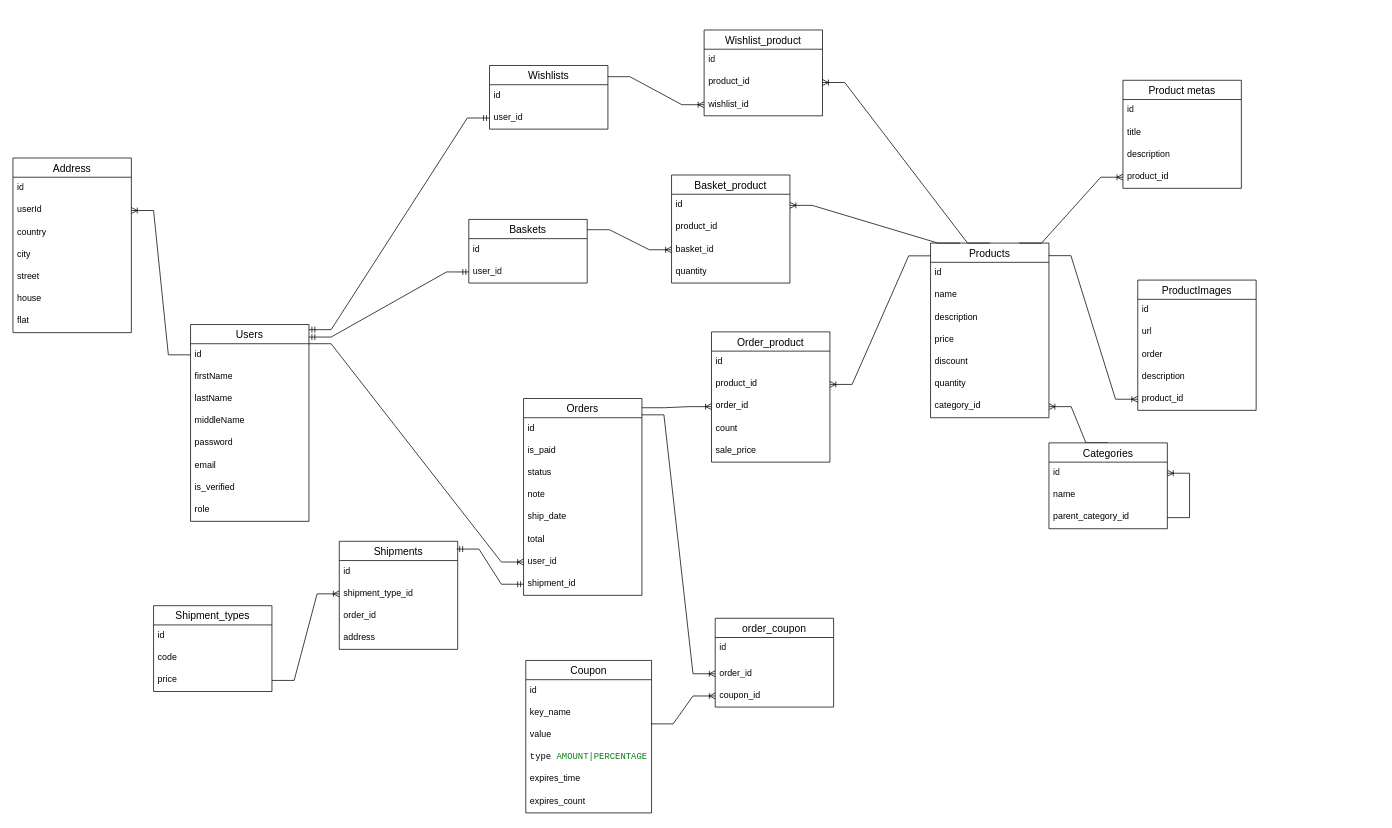
The draw.io diagram src/server/models/dbDiagram.drawio in Bonzar/midnight, before the edit. Source tidied: cells renumbered, new cells numbered last; positions are measured from the earlier drawing's top-left corner, leaving out a move shared by most shapes. Both pictures are drawn from the tidied source at 74%, with x=0, y=0 at pixel (13, 30).
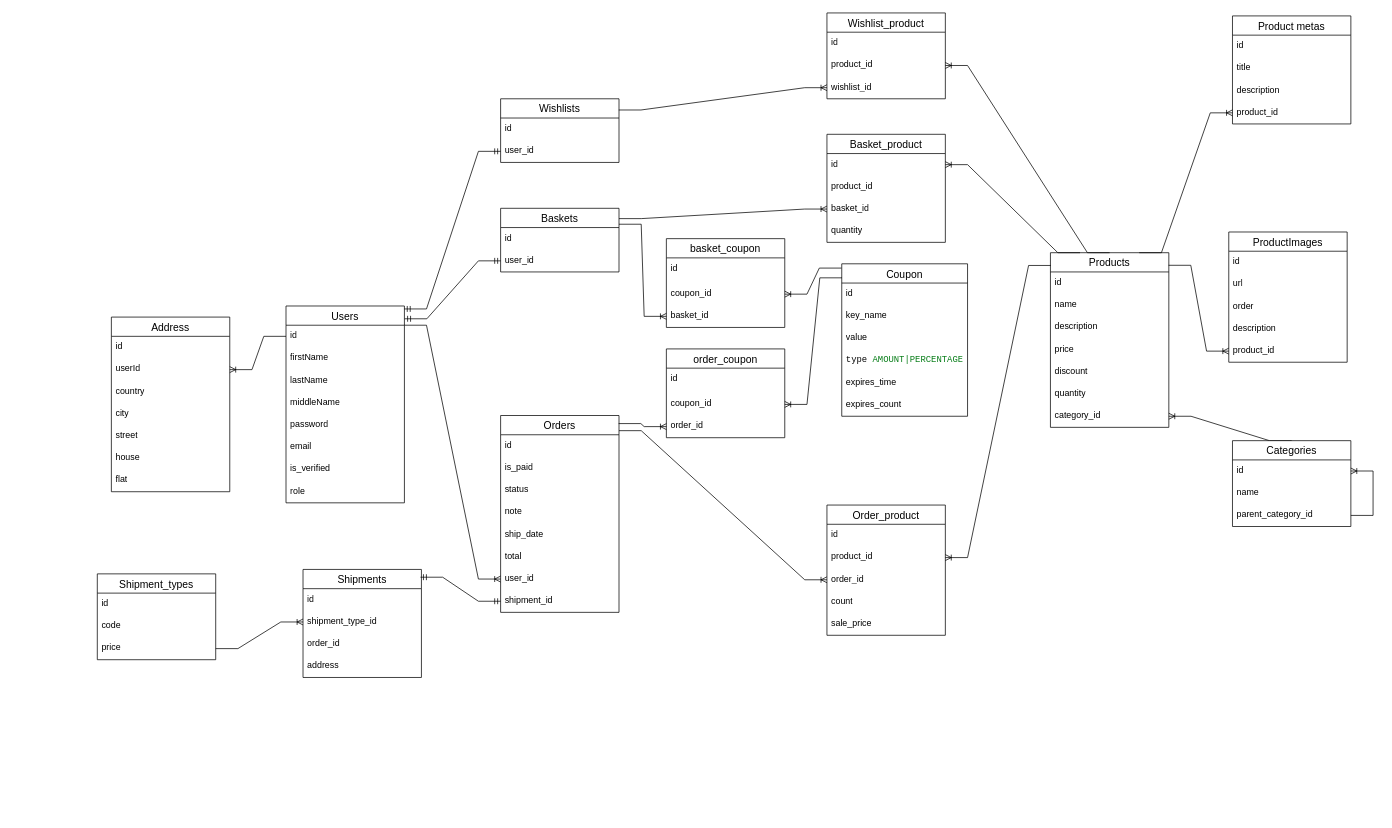
The same diagram, later.

Commit message (it also covers changes not shown here):
added basket service + controller + router added BasketCoupon model models diagram updated added checkValid func for couponService

The change refers to these unchanged cells:
```xml
<mxCell id="13" value="user_id" style="text;strokeColor=none;fillColor=none;spacingLeft=4;spacingRight=4;overflow=hidden;points=[[0,0.5],[1,0.5]];portConstraint=eastwest;fontSize=12;whiteSpace=wrap;html=1;" parent="11" vertex="1">
  <mxGeometry y="56" width="160" height="30" as="geometry" />
</mxCell>
<mxCell id="53" value="order_id" style="text;strokeColor=none;fillColor=none;spacingLeft=4;spacingRight=4;overflow=hidden;points=[[0,0.5],[1,0.5]];portConstraint=eastwest;fontSize=12;whiteSpace=wrap;html=1;" parent="50" vertex="1">
  <mxGeometry y="86" width="160" height="30" as="geometry" />
</mxCell>
<mxCell id="66" value="key_name" style="text;strokeColor=none;fillColor=none;spacingLeft=4;spacingRight=4;overflow=hidden;points=[[0,0.5],[1,0.5]];portConstraint=eastwest;fontSize=12;whiteSpace=wrap;html=1;" parent="64" vertex="1">
  <mxGeometry y="56" width="170" height="30" as="geometry" />
</mxCell>
<mxCell id="96" value="user_id" style="text;strokeColor=none;fillColor=none;spacingLeft=4;spacingRight=4;overflow=hidden;points=[[0,0.5],[1,0.5]];portConstraint=eastwest;fontSize=12;whiteSpace=wrap;html=1;" parent="94" vertex="1">
  <mxGeometry y="56" width="160" height="30" as="geometry" />
</mxCell>
```

Diff of the diagram source:
```diff
@@
     <mxCell id="2" value="Users" style="swimlane;fontStyle=0;horizontal=1;startSize=26;align=center;fontSize=14;" parent="1" vertex="1">
-      <mxGeometry x="240" y="398" width="160" height="266" as="geometry" />
+      <mxGeometry x="369" y="373" width="160" height="266" as="geometry" />
     </mxCell>
@@
     <mxCell id="11" value="Baskets" style="swimlane;fontStyle=0;horizontal=1;startSize=26;align=center;fontSize=14;" parent="1" vertex="1">
-      <mxGeometry x="616" y="256" width="160" height="86" as="geometry" />
+      <mxGeometry x="659" y="241" width="160" height="86" as="geometry" />
     </mxCell>
@@
-    <mxCell id="14" style="edgeStyle=entityRelationEdgeStyle;fontSize=12;html=1;endArrow=ERmandOne;startArrow=ERmandOne;rounded=0;entryX=0;entryY=0.5;entryDx=0;entryDy=0;" parent="1" edge="1" target="13">
-      <mxGeometry relative="1" as="geometry">
-        <mxPoint x="400" y="415" as="sourcePoint" />
-      </mxGeometry>
+    <mxCell id="14" style="edgeStyle=entityRelationEdgeStyle;fontSize=12;html=1;endArrow=ERmandOne;startArrow=ERmandOne;rounded=0;entryX=0;entryY=0.5;entryDx=0;entryDy=0;exitX=1.002;exitY=0.065;exitDx=0;exitDy=0;exitPerimeter=0;" parent="1" edge="1" source="2" target="13">
+      <mxGeometry relative="1" as="geometry" />
     </mxCell>
     <mxCell id="15" value="Products" style="swimlane;fontStyle=0;horizontal=1;startSize=26;align=center;fontSize=14;" parent="1" vertex="1">
-      <mxGeometry x="1240" y="288" width="160" height="236" as="geometry" />
+      <mxGeometry x="1402" y="301" width="160" height="236" as="geometry" />
     </mxCell>
@@
     <mxCell id="24" value="Product metas" style="swimlane;fontStyle=0;horizontal=1;startSize=26;align=center;fontSize=14;" parent="1" vertex="1">
-      <mxGeometry x="1500" y="68" width="160" height="146" as="geometry" />
+      <mxGeometry x="1648" y="-19" width="160" height="146" as="geometry" />
     </mxCell>
@@
     <mxCell id="29" value="Basket_product" style="swimlane;fontStyle=0;horizontal=1;startSize=26;align=center;fontSize=14;" parent="1" vertex="1">
-      <mxGeometry x="890" y="196" width="160" height="146" as="geometry" />
+      <mxGeometry x="1100" y="141" width="160" height="146" as="geometry" />
     </mxCell>
@@
     <mxCell id="35" value="Categories" style="swimlane;fontStyle=0;horizontal=1;startSize=26;align=center;fontSize=14;" parent="1" vertex="1">
-      <mxGeometry x="1400" y="558" width="160" height="116" as="geometry" />
+      <mxGeometry x="1648" y="555" width="160" height="116" as="geometry" />
     </mxCell>
@@
     <mxCell id="41" value="Orders" style="swimlane;fontStyle=0;horizontal=1;startSize=26;align=center;fontSize=14;" parent="1" vertex="1">
-      <mxGeometry x="690" y="498" width="160" height="266" as="geometry" />
+      <mxGeometry x="659" y="521" width="160" height="266" as="geometry" />
     </mxCell>
@@
     <mxCell id="50" value="Order_product" style="swimlane;fontStyle=0;horizontal=1;startSize=26;align=center;fontSize=14;" parent="1" vertex="1">
-      <mxGeometry x="944" y="408" width="160" height="176" as="geometry" />
+      <mxGeometry x="1100" y="642" width="160" height="176" as="geometry" />
     </mxCell>
@@
     <mxCell id="57" value="Shipment_types" style="swimlane;fontStyle=0;horizontal=1;startSize=26;align=center;fontSize=14;" parent="1" vertex="1">
-      <mxGeometry x="190" y="778" width="160" height="116" as="geometry" />
+      <mxGeometry x="114" y="735" width="160" height="116" as="geometry" />
     </mxCell>
@@
-    <mxCell id="62" style="edgeStyle=entityRelationEdgeStyle;fontSize=12;html=1;endArrow=ERoneToMany;rounded=0;entryX=0;entryY=0.5;entryDx=0;entryDy=0;exitX=1.001;exitY=0.047;exitDx=0;exitDy=0;exitPerimeter=0;" parent="1" edge="1" source="41" target="53">
+    <mxCell id="62" style="edgeStyle=entityRelationEdgeStyle;fontSize=12;html=1;endArrow=ERoneToMany;rounded=0;entryX=0;entryY=0.5;entryDx=0;entryDy=0;exitX=1;exitY=0.077;exitDx=0;exitDy=0;exitPerimeter=0;" parent="1" edge="1" source="41" target="53">
       <mxGeometry relative="1" as="geometry" />
     </mxCell>
@@
     <mxCell id="64" value="Coupon" style="swimlane;fontStyle=0;horizontal=1;startSize=26;align=center;fontSize=14;" parent="1" vertex="1">
-      <mxGeometry x="693" y="852" width="170" height="206" as="geometry" />
+      <mxGeometry x="1120" y="316" width="170" height="206" as="geometry" />
     </mxCell>
@@
     <mxCell id="71" value="order_coupon" style="swimlane;fontStyle=0;horizontal=1;startSize=26;align=center;fontSize=14;" parent="1" vertex="1">
-      <mxGeometry x="949" y="795" width="160" height="120" as="geometry" />
+      <mxGeometry x="883" y="431" width="160" height="120" as="geometry" />
     </mxCell>
@@
+    <mxCell id="74" value="coupon_id" style="text;strokeColor=none;fillColor=none;spacingLeft=4;spacingRight=4;overflow=hidden;points=[[0,0.5],[1,0.5]];portConstraint=eastwest;fontSize=12;whiteSpace=wrap;html=1;" parent="71" vertex="1">
+      <mxGeometry y="60" width="160" height="30" as="geometry" />
+    </mxCell>
     <mxCell id="73" value="order_id" style="text;strokeColor=none;fillColor=none;spacingLeft=4;spacingRight=4;overflow=hidden;points=[[0,0.5],[1,0.5]];portConstraint=eastwest;fontSize=12;whiteSpace=wrap;html=1;" parent="71" vertex="1">
-      <mxGeometry y="60" width="160" height="30" as="geometry" />
+      <mxGeometry y="90" width="160" height="30" as="geometry" />
     </mxCell>
-    <mxCell id="74" value="coupon_id" style="text;strokeColor=none;fillColor=none;spacingLeft=4;spacingRight=4;overflow=hidden;points=[[0,0.5],[1,0.5]];portConstraint=eastwest;fontSize=12;whiteSpace=wrap;html=1;" parent="71" vertex="1">
-      <mxGeometry y="90" width="160" height="30" as="geometry" />
-    </mxCell>
-    <mxCell id="75" style="edgeStyle=entityRelationEdgeStyle;fontSize=12;html=1;endArrow=ERoneToMany;rounded=0;exitX=0.998;exitY=0.083;exitDx=0;exitDy=0;entryX=0;entryY=0.5;entryDx=0;entryDy=0;exitPerimeter=0;" parent="1" edge="1" source="41" target="73">
+    <mxCell id="75" style="edgeStyle=entityRelationEdgeStyle;fontSize=12;html=1;endArrow=ERoneToMany;rounded=0;entryX=0;entryY=0.5;entryDx=0;entryDy=0;exitX=0.997;exitY=0.041;exitDx=0;exitDy=0;exitPerimeter=0;" parent="1" edge="1" source="41" target="73">
       <mxGeometry relative="1" as="geometry" />
     </mxCell>
     <mxCell id="76" value="Address" style="swimlane;fontStyle=0;horizontal=1;startSize=26;align=center;fontSize=14;" parent="1" vertex="1">
-      <mxGeometry y="173" width="160" height="236" as="geometry" />
+      <mxGeometry x="133" y="388" width="160" height="236" as="geometry" />
     </mxCell>
@@
-    <mxCell id="86" style="edgeStyle=entityRelationEdgeStyle;fontSize=12;html=1;endArrow=ERoneToMany;rounded=0;exitX=0.995;exitY=0.99;exitDx=0;exitDy=0;exitPerimeter=0;entryX=0;entryY=0.5;entryDx=0;entryDy=0;" parent="1" edge="1" source="66" target="74">
+    <mxCell id="86" style="edgeStyle=entityRelationEdgeStyle;fontSize=12;html=1;endArrow=ERoneToMany;rounded=0;exitX=0.002;exitY=0.092;exitDx=0;exitDy=0;exitPerimeter=0;entryX=1;entryY=0.5;entryDx=0;entryDy=0;" parent="1" edge="1" source="64" target="74">
       <mxGeometry relative="1" as="geometry" />
     </mxCell>
     <mxCell id="87" value="ProductImages" style="swimlane;fontStyle=0;horizontal=1;startSize=26;align=center;fontSize=14;" parent="1" vertex="1">
-      <mxGeometry x="1520" y="338" width="160" height="176" as="geometry" />
+      <mxGeometry x="1643" y="273" width="160" height="176" as="geometry" />
     </mxCell>
@@
     <mxCell id="94" value="Wishlists" style="swimlane;fontStyle=0;horizontal=1;startSize=26;align=center;fontSize=14;" parent="1" vertex="1">
-      <mxGeometry x="644" y="48" width="160" height="86" as="geometry" />
+      <mxGeometry x="659" y="93" width="160" height="86" as="geometry" />
     </mxCell>
@@
     <mxCell id="97" value="Wishlist_product" style="swimlane;fontStyle=0;horizontal=1;startSize=26;align=center;fontSize=14;" parent="1" vertex="1">
-      <mxGeometry x="934" width="160" height="116" as="geometry" />
+      <mxGeometry x="1100" y="-23" width="160" height="116" as="geometry" />
     </mxCell>
@@
-    <mxCell id="102" style="edgeStyle=entityRelationEdgeStyle;fontSize=12;html=1;endArrow=ERmandOne;startArrow=ERmandOne;rounded=0;entryX=0;entryY=0.5;entryDx=0;entryDy=0;" parent="1" edge="1" target="96">
-      <mxGeometry relative="1" as="geometry">
-        <mxPoint x="400" y="405" as="sourcePoint" />
-      </mxGeometry>
+    <mxCell id="102" style="edgeStyle=entityRelationEdgeStyle;fontSize=12;html=1;endArrow=ERmandOne;startArrow=ERmandOne;rounded=0;entryX=0;entryY=0.5;entryDx=0;entryDy=0;exitX=0.999;exitY=0.015;exitDx=0;exitDy=0;exitPerimeter=0;" parent="1" edge="1" source="2" target="96">
+      <mxGeometry relative="1" as="geometry" />
     </mxCell>
@@
     <mxCell id="104" value="Shipments" style="swimlane;fontStyle=0;horizontal=1;startSize=26;align=center;fontSize=14;" parent="1" vertex="1">
-      <mxGeometry x="441" y="691" width="160" height="146" as="geometry" />
+      <mxGeometry x="392" y="729" width="160" height="146" as="geometry" />
     </mxCell>
@@
+    <mxCell id="110" value="basket_coupon" style="swimlane;fontStyle=0;horizontal=1;startSize=26;align=center;fontSize=14;" parent="1" vertex="1">
+      <mxGeometry x="883" y="282" width="160" height="120" as="geometry" />
+    </mxCell>
+    <mxCell id="111" value="id" style="text;strokeColor=none;fillColor=none;spacingLeft=4;spacingRight=4;overflow=hidden;fontSize=12;whiteSpace=wrap;html=1;" parent="110" vertex="1">
+      <mxGeometry y="26" width="160" height="34" as="geometry" />
+    </mxCell>
+    <mxCell id="112" value="coupon_id" style="text;strokeColor=none;fillColor=none;spacingLeft=4;spacingRight=4;overflow=hidden;points=[[0,0.5],[1,0.5]];portConstraint=eastwest;fontSize=12;whiteSpace=wrap;html=1;" parent="110" vertex="1">
+      <mxGeometry y="60" width="160" height="30" as="geometry" />
+    </mxCell>
+    <mxCell id="113" value="basket_id" style="text;strokeColor=none;fillColor=none;spacingLeft=4;spacingRight=4;overflow=hidden;points=[[0,0.5],[1,0.5]];portConstraint=eastwest;fontSize=12;whiteSpace=wrap;html=1;" parent="110" vertex="1">
+      <mxGeometry y="90" width="160" height="30" as="geometry" />
+    </mxCell>
+    <mxCell id="114" style="edgeStyle=entityRelationEdgeStyle;fontSize=12;html=1;endArrow=ERoneToMany;rounded=0;exitX=-0.002;exitY=0.028;exitDx=0;exitDy=0;exitPerimeter=0;entryX=1;entryY=0.5;entryDx=0;entryDy=0;" parent="1" edge="1" source="64" target="112">
+      <mxGeometry relative="1" as="geometry" />
+    </mxCell>
+    <mxCell id="115" style="edgeStyle=entityRelationEdgeStyle;fontSize=12;html=1;endArrow=ERoneToMany;rounded=0;entryX=0;entryY=0.5;entryDx=0;entryDy=0;exitX=1;exitY=0.25;exitDx=0;exitDy=0;" parent="1" edge="1" source="11" target="113">
+      <mxGeometry relative="1" as="geometry" />
+    </mxCell>
```
